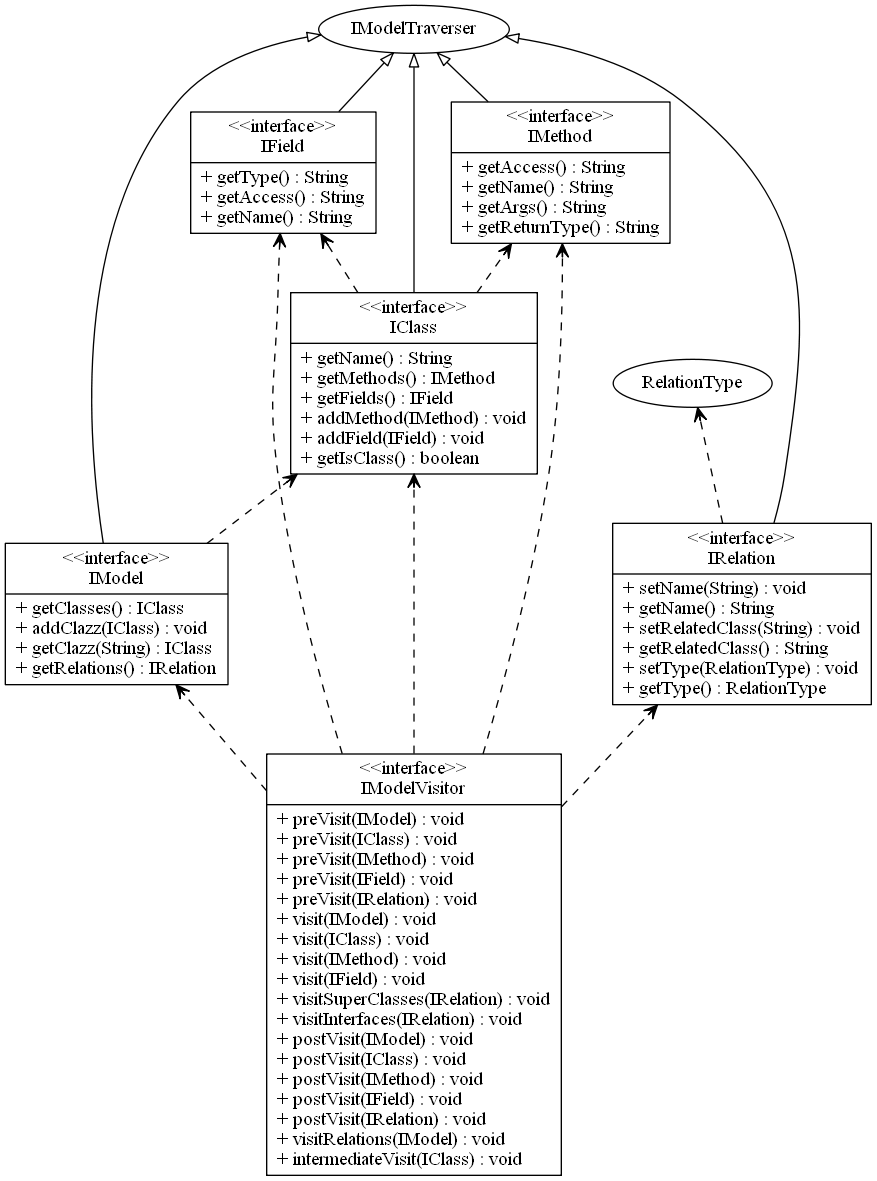
The Graphviz diagram input_output/test.png in tpunt3/Csse374, before a commit. Its source is kept beside it as input_output/test.gv.
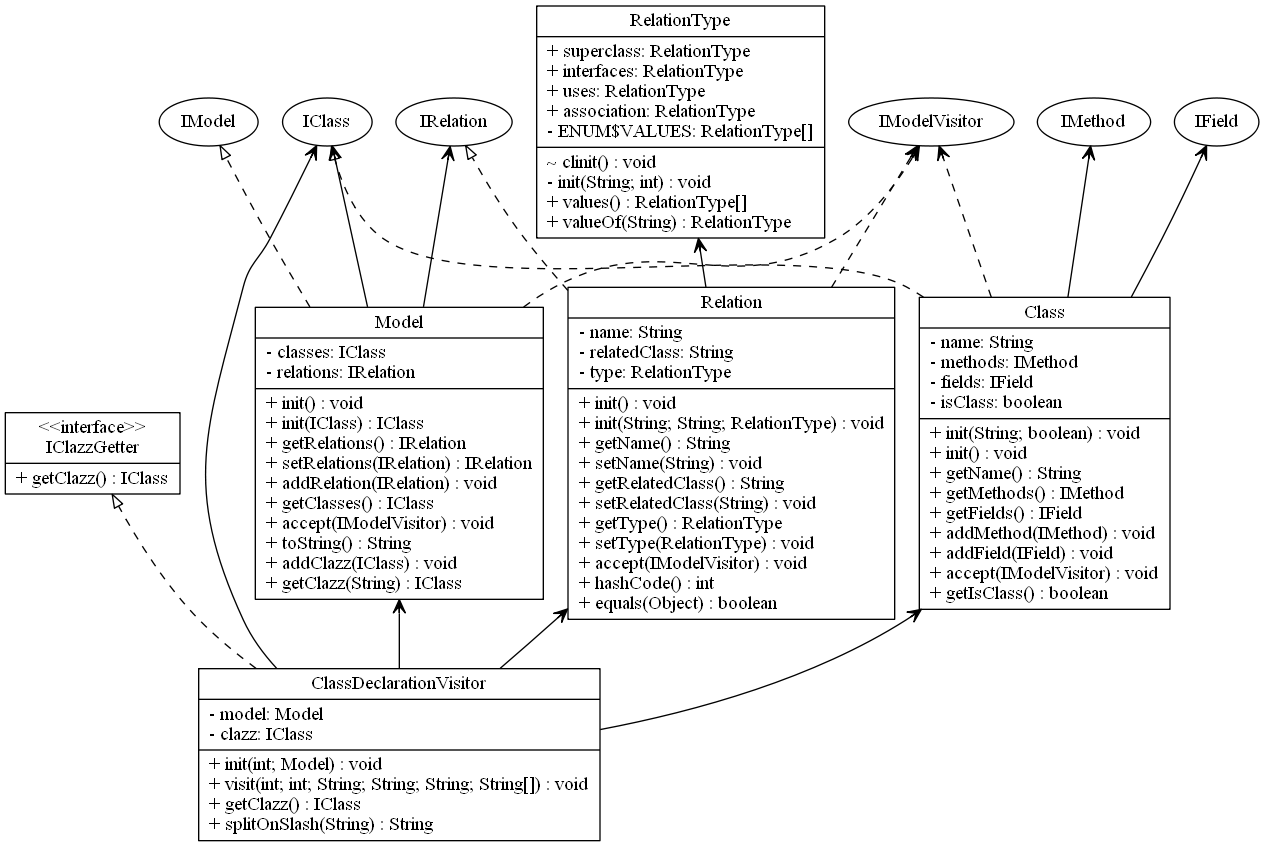
After the change.

Commit message:
start of classdeclarationvisitor

The edit, as a diff of the source:
```diff
@@ -1,47 +1,49 @@
 digraph model{
 rankdir = BT;
-IModelVisitor [
+ClassDeclarationVisitor [
 shape="record",
-label = "{\<\<interface\>\>\nIModelVisitor| + preVisit(IModel) : void\l+ preVisit(IClass) : void\l+ preVisit(IMethod) : void\l+ preVisit(IField) : void\l+ preVisit(IRelation) : void\l+ visit(IModel) : void\l+ visit(IClass) : void\l+ visit(IMethod) : void\l+ visit(IField) : void\l+ visitSuperClasses(IRelation) : void\l+ visitInterfaces(IRelation) : void\l+ postVisit(IModel) : void\l+ postVisit(IClass) : void\l+ postVisit(IMethod) : void\l+ postVisit(IField) : void\l+ postVisit(IRelation) : void\l+ visitRelations(IModel) : void\l+ intermediateVisit(IClass) : void\l}"
+label = "{ClassDeclarationVisitor| - model: Model\l- clazz: IClass\l|+ init(int; Model) : void\l+ visit(int; int; String; String; String; String[]) : void\l+ getClazz() : IClass\l+ splitOnSlash(String) : String\l}"
 ];
 
-IModel [
+IClazzGetter [
 shape="record",
-label = "{\<\<interface\>\>\nIModel| + getClasses() : IClass\l+ addClazz(IClass) : void\l+ getClazz(String) : IClass\l+ getRelations() : IRelation\l}"
+label = "{\<\<interface\>\>\nIClazzGetter| + getClazz() : IClass\l}"
 ];
 
-IClass [
+Model [
 shape="record",
-label = "{\<\<interface\>\>\nIClass| + getName() : String\l+ getMethods() : IMethod\l+ getFields() : IField\l+ addMethod(IMethod) : void\l+ addField(IField) : void\l+ getIsClass() : boolean\l}"
+label = "{Model| - classes: IClass\l- relations: IRelation\l|+ init() : void\l+ init(IClass) : IClass\l+ getRelations() : IRelation\l+ setRelations(IRelation) : IRelation\l+ addRelation(IRelation) : void\l+ getClasses() : IClass\l+ accept(IModelVisitor) : void\l+ toString() : String\l+ addClazz(IClass) : void\l+ getClazz(String) : IClass\l}"
 ];
 
-IRelation [
+Class [
 shape="record",
-label = "{\<\<interface\>\>\nIRelation| + setName(String) : void\l+ getName() : String\l+ setRelatedClass(String) : void\l+ getRelatedClass() : String\l+ setType(RelationType) : void\l+ getType() : RelationType\l}"
+label = "{Class| - name: String\l- methods: IMethod\l- fields: IField\l- isClass: boolean\l|+ init(String; boolean) : void\l+ init() : void\l+ getName() : String\l+ getMethods() : IMethod\l+ getFields() : IField\l+ addMethod(IMethod) : void\l+ addField(IField) : void\l+ accept(IModelVisitor) : void\l+ getIsClass() : boolean\l}"
 ];
 
-IField [
+Relation [
 shape="record",
-label = "{\<\<interface\>\>\nIField| + getType() : String\l+ getAccess() : String\l+ getName() : String\l}"
+label = "{Relation| - name: String\l- relatedClass: String\l- type: RelationType\l|+ init() : void\l+ init(String; String; RelationType) : void\l+ getName() : String\l+ setName(String) : void\l+ getRelatedClass() : String\l+ setRelatedClass(String) : void\l+ getType() : RelationType\l+ setType(RelationType) : void\l+ accept(IModelVisitor) : void\l+ hashCode() : int\l+ equals(Object) : boolean\l}"
 ];
 
-IMethod [
+RelationType [
 shape="record",
-label = "{\<\<interface\>\>\nIMethod| + getAccess() : String\l+ getName() : String\l+ getArgs() : String\l+ getReturnType() : String\l}"
+label = "{RelationType| + superclass: RelationType\l+ interfaces: RelationType\l+ uses: RelationType\l+ association: RelationType\l- ENUM$VALUES: RelationType[]\l|~ clinit() : void\l- init(String; int) : void\l+ values() : RelationType[]\l+ valueOf(String) : RelationType\l}"
 ];
 
-IModelVisitor -> IModel [arrowhead = "vee", style = "dashed"];
-IModelVisitor -> IClass [arrowhead = "vee", style = "dashed"];
-IModelVisitor -> IMethod [arrowhead = "vee", style = "dashed"];
-IModelVisitor -> IField [arrowhead = "vee", style = "dashed"];
-IModelVisitor -> IRelation [arrowhead = "vee", style = "dashed"];
-IModel -> IModelTraverser [arrowhead = "empty"];
-IModel -> IClass [arrowhead = "vee", style = "dashed"];
-IClass -> IModelTraverser [arrowhead = "empty"];
-IClass -> IMethod [arrowhead = "vee", style = "dashed"];
-IClass -> IField [arrowhead = "vee", style = "dashed"];
-IRelation -> IModelTraverser [arrowhead = "empty"];
-IRelation -> RelationType [arrowhead = "vee", style = "dashed"];
-IField -> IModelTraverser [arrowhead = "empty"];
-IMethod -> IModelTraverser [arrowhead = "empty"];
+ClassDeclarationVisitor -> IClazzGetter [arrowhead = "empty", style = "dashed"];
+ClassDeclarationVisitor -> Model [arrowhead = "vee"];
+ClassDeclarationVisitor -> Class [arrowhead = "vee"];
+ClassDeclarationVisitor -> IClass [arrowhead = "vee"];
+ClassDeclarationVisitor -> Relation [arrowhead = "vee"];
+Model -> IModel [arrowhead = "empty", style = "dashed"];
+Model -> IRelation [arrowhead = "vee"];
+Model -> IModelVisitor [arrowhead = "vee", style = "dashed"];
+Model -> IClass [arrowhead = "vee"];
+Class -> IClass [arrowhead = "empty", style = "dashed"];
+Class -> IModelVisitor [arrowhead = "vee", style = "dashed"];
+Class -> IField [arrowhead = "vee"];
+Class -> IMethod [arrowhead = "vee"];
+Relation -> IRelation [arrowhead = "empty", style = "dashed"];
+Relation -> RelationType [arrowhead = "vee"];
+Relation -> IModelVisitor [arrowhead = "vee", style = "dashed"];
 }
```
